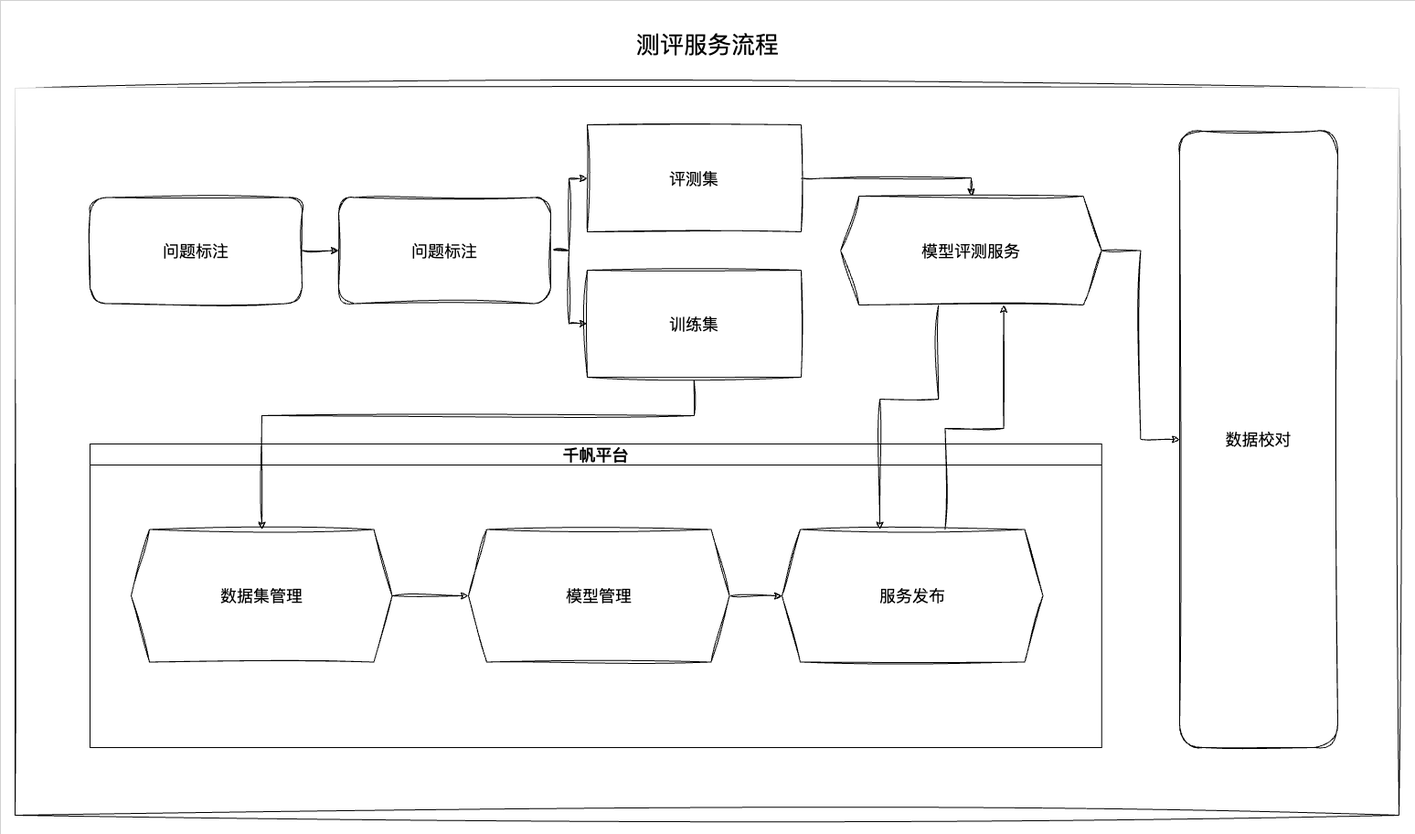
This is chatbi/评测服务流程.drawio.png from cavaljames/work-diagrams, a draw.io export, as it was before one commit. Source tidied: cells renumbered, new cells last; positions are measured from the earlier drawing's top-left corner, leaving out a move shared by most shapes.
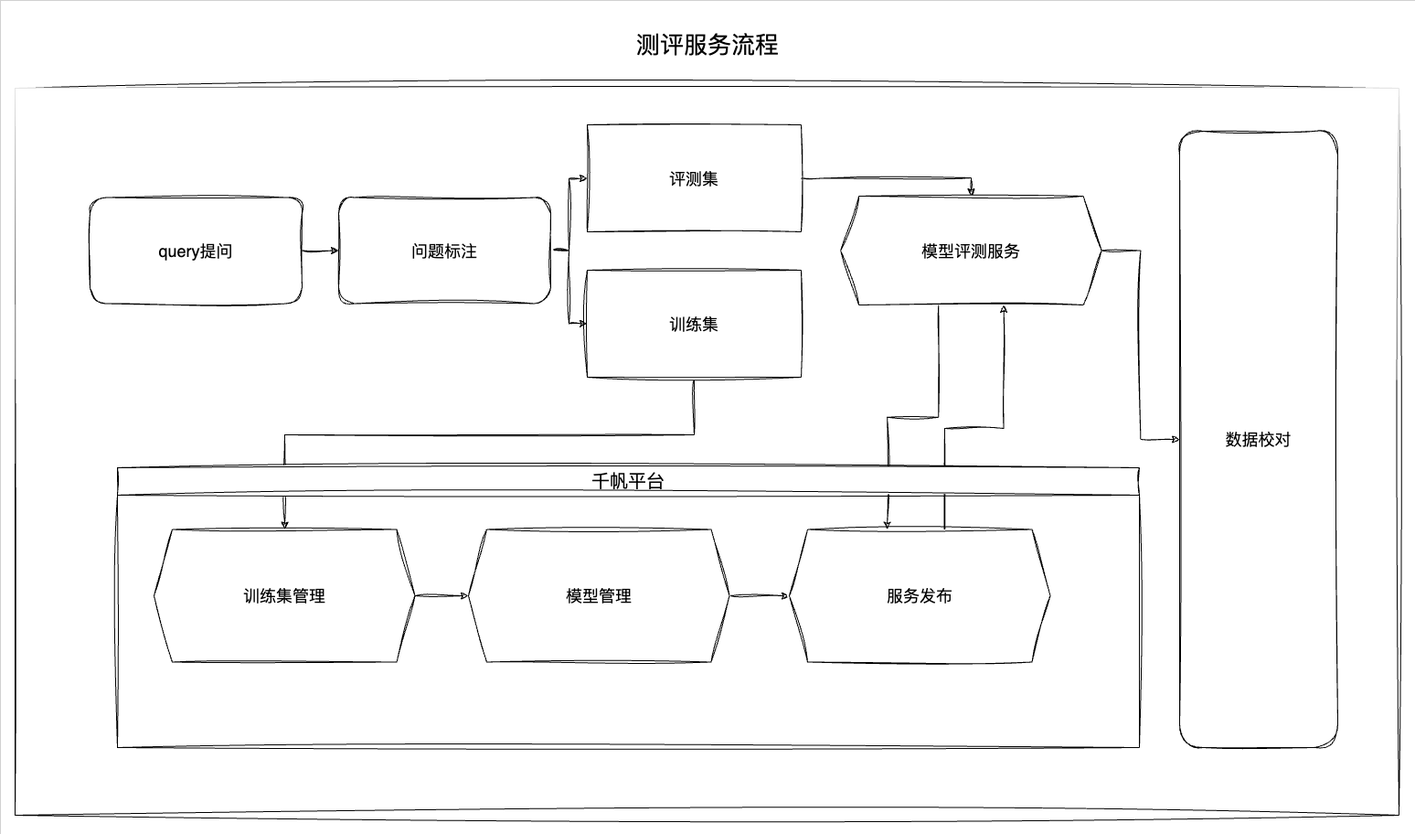
The same file after the commit.

Commit message:
更新评测服务流程.drawio.png

Change to the diagram source:
```diff
@@ -11,7 +11,7 @@
     <mxCell id="4" style="edgeStyle=orthogonalEdgeStyle;rounded=0;sketch=1;hachureGap=4;jiggle=2;curveFitting=1;jettySize=auto;html=1;exitX=1;exitY=0.5;exitDx=0;exitDy=0;entryX=0;entryY=0.5;entryDx=0;entryDy=0;fontFamily=Architects Daughter;fontSource=https%3A%2F%2Ffonts.googleapis.com%2Fcss%3Ffamily%3DArchitects%2BDaughter;fontSize=16;" parent="1" edge="1" source="5" target="24">
       <mxGeometry relative="1" as="geometry" />
     </mxCell>
-    <mxCell id="5" value="&lt;font style=&quot;font-size: 18px;&quot;&gt;问题标注&lt;/font&gt;" style="whiteSpace=wrap;html=1;rounded=1;labelBackgroundColor=none;sketch=1;curveFitting=1;jiggle=2;" parent="1" vertex="1">
+    <mxCell id="5" value="&lt;span style=&quot;font-size: 18px;&quot;&gt;query提问&lt;br&gt;&lt;/span&gt;" style="whiteSpace=wrap;html=1;rounded=1;labelBackgroundColor=none;sketch=1;curveFitting=1;jiggle=2;" parent="1" vertex="1">
       <mxGeometry x="98" y="215.5" width="232" height="116" as="geometry" />
     </mxCell>
     <mxCell id="6" style="edgeStyle=orthogonalEdgeStyle;rounded=0;sketch=1;hachureGap=4;jiggle=2;curveFitting=1;jettySize=auto;html=1;exitX=1;exitY=0.5;exitDx=0;exitDy=0;entryX=0.5;entryY=0;entryDx=0;entryDy=0;fontFamily=Architects Daughter;fontSource=https%3A%2F%2Ffonts.googleapis.com%2Fcss%3Ffamily%3DArchitects%2BDaughter;fontSize=16;" parent="1" edge="1" source="7" target="20">
@@ -23,32 +23,16 @@
     <mxCell id="8" value="&lt;font style=&quot;font-size: 18px;&quot;&gt;数据校对&lt;/font&gt;" style="rounded=1;whiteSpace=wrap;html=1;labelBackgroundColor=none;sketch=1;curveFitting=1;jiggle=2;" parent="1" vertex="1">
       <mxGeometry x="1290" y="143" width="173.1" height="674" as="geometry" />
     </mxCell>
-    <mxCell id="9" value="&lt;font style=&quot;font-size: 18px;&quot;&gt;千帆平台&lt;/font&gt;" style="swimlane;whiteSpace=wrap;html=1;labelBackgroundColor=none;" parent="1" vertex="1">
-      <mxGeometry x="98" y="485" width="1106.7" height="332" as="geometry" />
-    </mxCell>
-    <mxCell id="10" value="&lt;font style=&quot;font-size: 18px;&quot;&gt;数据集管理&lt;/font&gt;" style="shape=hexagon;perimeter=hexagonPerimeter2;whiteSpace=wrap;html=1;fixedSize=1;labelBackgroundColor=none;sketch=1;curveFitting=1;jiggle=2;" parent="9" vertex="1">
-      <mxGeometry x="45" y="93.5" width="285.5" height="145" as="geometry" />
-    </mxCell>
-    <mxCell id="11" value="&lt;font style=&quot;font-size: 18px;&quot;&gt;服务发布&lt;/font&gt;" style="shape=hexagon;perimeter=hexagonPerimeter2;whiteSpace=wrap;html=1;fixedSize=1;labelBackgroundColor=none;sketch=1;curveFitting=1;jiggle=2;" parent="9" vertex="1">
-      <mxGeometry x="757" y="93.5" width="285.5" height="145" as="geometry" />
-    </mxCell>
-    <mxCell id="12" style="edgeStyle=orthogonalEdgeStyle;rounded=0;sketch=1;hachureGap=4;jiggle=2;curveFitting=1;jettySize=auto;html=1;exitX=0.375;exitY=1;exitDx=0;exitDy=0;entryX=0.375;entryY=0;entryDx=0;entryDy=0;fontFamily=Architects Daughter;fontSource=https%3A%2F%2Ffonts.googleapis.com%2Fcss%3Ffamily%3DArchitects%2BDaughter;fontSize=16;" parent="1" edge="1" source="20" target="11">
-      <mxGeometry relative="1" as="geometry">
-        <Array as="points">
-          <mxPoint x="1026" y="436" />
-          <mxPoint x="962" y="436" />
-        </Array>
-      </mxGeometry>
-    </mxCell>
     <mxCell id="13" value="&lt;font style=&quot;font-size: 26px;&quot;&gt;测评服务流程&lt;/font&gt;" style="text;strokeColor=none;align=center;fillColor=none;html=1;verticalAlign=middle;whiteSpace=wrap;rounded=0;fontSize=20;fontFamily=Architects Daughter;" parent="1" vertex="1">
       <mxGeometry x="652.2" y="35" width="243.5" height="30" as="geometry" />
     </mxCell>
-    <mxCell id="14" style="edgeStyle=orthogonalEdgeStyle;rounded=0;sketch=1;hachureGap=4;jiggle=2;curveFitting=1;jettySize=auto;html=1;exitX=1;exitY=0.5;exitDx=0;exitDy=0;entryX=0;entryY=0.5;entryDx=0;entryDy=0;fontFamily=Architects Daughter;fontSource=https%3A%2F%2Ffonts.googleapis.com%2Fcss%3Ffamily%3DArchitects%2BDaughter;fontSize=16;" parent="1" edge="1" source="16" target="11">
+    <mxCell id="14" style="edgeStyle=orthogonalEdgeStyle;rounded=0;sketch=1;hachureGap=4;jiggle=2;curveFitting=1;jettySize=auto;html=1;exitX=1;exitY=0.5;exitDx=0;exitDy=0;fontFamily=Architects Daughter;fontSource=https%3A%2F%2Ffonts.googleapis.com%2Fcss%3Ffamily%3DArchitects%2BDaughter;fontSize=16;entryX=0;entryY=0.5;entryDx=0;entryDy=0;" parent="1" edge="1" source="16" target="11">
       <mxGeometry relative="1" as="geometry" />
     </mxCell>
     <mxCell id="15" style="edgeStyle=orthogonalEdgeStyle;rounded=0;sketch=1;hachureGap=4;jiggle=2;curveFitting=1;jettySize=auto;html=1;exitX=0.625;exitY=0;exitDx=0;exitDy=0;entryX=0.625;entryY=1;entryDx=0;entryDy=0;fontFamily=Architects Daughter;fontSource=https%3A%2F%2Ffonts.googleapis.com%2Fcss%3Ffamily%3DArchitects%2BDaughter;fontSize=16;" parent="1" edge="1" source="11" target="20">
       <mxGeometry relative="1" as="geometry">
         <Array as="points">
+          <mxPoint x="1033" y="613" />
           <mxPoint x="1033" y="468" />
           <mxPoint x="1098" y="468" />
         </Array>
@@ -57,23 +41,26 @@
     <mxCell id="16" value="&lt;span style=&quot;font-size: 18px;&quot;&gt;模型管理&lt;/span&gt;" style="shape=hexagon;perimeter=hexagonPerimeter2;whiteSpace=wrap;html=1;fixedSize=1;labelBackgroundColor=none;sketch=1;curveFitting=1;jiggle=2;" parent="1" vertex="1">
       <mxGeometry x="512" y="578.5" width="285.5" height="145" as="geometry" />
     </mxCell>
-    <mxCell id="17" style="edgeStyle=orthogonalEdgeStyle;rounded=0;sketch=1;hachureGap=4;jiggle=2;curveFitting=1;jettySize=auto;html=1;exitX=1;exitY=0.5;exitDx=0;exitDy=0;fontFamily=Architects Daughter;fontSource=https%3A%2F%2Ffonts.googleapis.com%2Fcss%3Ffamily%3DArchitects%2BDaughter;fontSize=16;" parent="1" edge="1" source="10" target="16">
+    <mxCell id="17" style="edgeStyle=orthogonalEdgeStyle;rounded=0;sketch=1;hachureGap=4;jiggle=2;curveFitting=1;jettySize=auto;html=1;exitX=1;exitY=0.5;exitDx=0;exitDy=0;fontFamily=Architects Daughter;fontSource=https%3A%2F%2Ffonts.googleapis.com%2Fcss%3Ffamily%3DArchitects%2BDaughter;fontSize=16;" parent="1" edge="1" source="26" target="16">
       <mxGeometry relative="1" as="geometry" />
     </mxCell>
-    <mxCell id="18" style="edgeStyle=orthogonalEdgeStyle;rounded=0;sketch=1;hachureGap=4;jiggle=2;curveFitting=1;jettySize=auto;html=1;exitX=0.5;exitY=1;exitDx=0;exitDy=0;fontFamily=Architects Daughter;fontSource=https%3A%2F%2Ffonts.googleapis.com%2Fcss%3Ffamily%3DArchitects%2BDaughter;fontSize=16;" parent="1" edge="1" source="21" target="10">
-      <mxGeometry relative="1" as="geometry">
-        <Array as="points">
-          <mxPoint x="759" y="454" />
-          <mxPoint x="286" y="454" />
-        </Array>
-      </mxGeometry>
-    </mxCell>
     <mxCell id="19" style="edgeStyle=orthogonalEdgeStyle;rounded=0;sketch=1;hachureGap=4;jiggle=2;curveFitting=1;jettySize=auto;html=1;exitX=1;exitY=0.5;exitDx=0;exitDy=0;entryX=0;entryY=0.5;entryDx=0;entryDy=0;fontFamily=Architects Daughter;fontSource=https%3A%2F%2Ffonts.googleapis.com%2Fcss%3Ffamily%3DArchitects%2BDaughter;fontSize=16;" parent="1" edge="1" source="20" target="8">
       <mxGeometry relative="1" as="geometry" />
     </mxCell>
+    <mxCell id="12" style="edgeStyle=orthogonalEdgeStyle;rounded=0;sketch=1;hachureGap=4;jiggle=2;curveFitting=1;jettySize=auto;html=1;exitX=0.375;exitY=1;exitDx=0;exitDy=0;entryX=0.375;entryY=0;entryDx=0;entryDy=0;fontFamily=Architects Daughter;fontSource=https%3A%2F%2Ffonts.googleapis.com%2Fcss%3Ffamily%3DArchitects%2BDaughter;fontSize=16;" parent="1" edge="1" source="20" target="11">
+      <mxGeometry relative="1" as="geometry" />
+    </mxCell>
     <mxCell id="20" value="&lt;font style=&quot;font-size: 18px;&quot;&gt;模型评测服务&lt;/font&gt;" style="shape=hexagon;perimeter=hexagonPerimeter2;whiteSpace=wrap;html=1;fixedSize=1;labelBackgroundColor=none;sketch=1;curveFitting=1;jiggle=2;" parent="1" vertex="1">
       <mxGeometry x="919.1" y="214" width="285.5" height="119" as="geometry" />
     </mxCell>
+    <mxCell id="25" style="edgeStyle=orthogonalEdgeStyle;rounded=0;sketch=1;hachureGap=4;jiggle=2;curveFitting=1;jettySize=auto;html=1;exitX=0.5;exitY=1;exitDx=0;exitDy=0;fontFamily=Architects Daughter;fontSource=https%3A%2F%2Ffonts.googleapis.com%2Fcss%3Ffamily%3DArchitects%2BDaughter;fontSize=16;" parent="1" edge="1" source="21" target="26">
+      <mxGeometry relative="1" as="geometry">
+        <Array as="points">
+          <mxPoint x="759" y="475" />
+          <mxPoint x="311" y="475" />
+        </Array>
+      </mxGeometry>
+    </mxCell>
     <mxCell id="21" value="&lt;font style=&quot;font-size: 18px;&quot;&gt;训练集&lt;/font&gt;" style="rounded=0;whiteSpace=wrap;html=1;labelBackgroundColor=none;sketch=1;curveFitting=1;jiggle=2;" parent="1" vertex="1">
       <mxGeometry x="642" y="295" width="234" height="117" as="geometry" />
     </mxCell>
@@ -86,5 +73,14 @@
     <mxCell id="24" value="&lt;font style=&quot;font-size: 18px;&quot;&gt;问题标注&lt;/font&gt;" style="whiteSpace=wrap;html=1;rounded=1;labelBackgroundColor=none;sketch=1;curveFitting=1;jiggle=2;" parent="1" vertex="1">
       <mxGeometry x="370" y="215.5" width="232" height="116" as="geometry" />
     </mxCell>
+    <mxCell id="9" value="千帆平台" style="swimlane;fontStyle=0;horizontal=1;startSize=30;whiteSpace=wrap;html=1;sketch=1;hachureGap=4;jiggle=2;curveFitting=1;fontFamily=Architects Daughter;fontSource=https%3A%2F%2Ffonts.googleapis.com%2Fcss%3Ffamily%3DArchitects%2BDaughter;fontSize=20;" parent="1" vertex="1">
+      <mxGeometry x="128" y="511" width="1118" height="306" as="geometry" />
+    </mxCell>
+    <mxCell id="26" value="&lt;span style=&quot;font-size: 18px;&quot;&gt;训练集管理&lt;/span&gt;" style="shape=hexagon;perimeter=hexagonPerimeter2;whiteSpace=wrap;html=1;fixedSize=1;labelBackgroundColor=none;sketch=1;curveFitting=1;jiggle=2;" parent="1" vertex="1">
+      <mxGeometry x="168" y="578.5" width="285.5" height="145" as="geometry" />
+    </mxCell>
+    <mxCell id="11" value="&lt;span style=&quot;font-size: 18px;&quot;&gt;服务发布&lt;/span&gt;" style="shape=hexagon;perimeter=hexagonPerimeter2;whiteSpace=wrap;html=1;fixedSize=1;labelBackgroundColor=none;sketch=1;curveFitting=1;jiggle=2;" parent="1" vertex="1">
+      <mxGeometry x="863" y="578.5" width="285.5" height="145" as="geometry" />
+    </mxCell>
   </root>
 </mxGraphModel>
```
